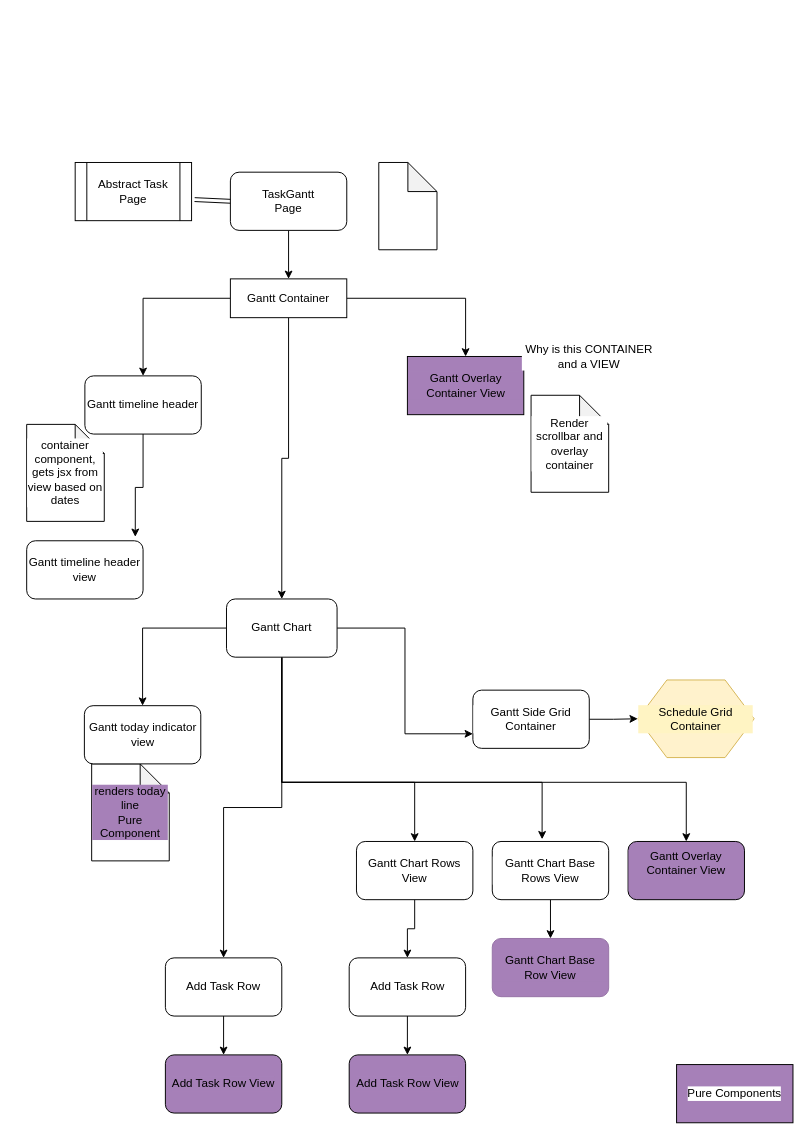
Xander667/Bot keeps this draw.io diagram as Timeline.drawio. Above is the earlier version. Source tidied: cells renumbered, new cells numbered last; positions are measured from the earlier drawing's top-left corner, leaving out a move shared by most shapes. Both pictures are drawn from the tidied source at 97%, with x=0, y=0 at pixel (26, 162).
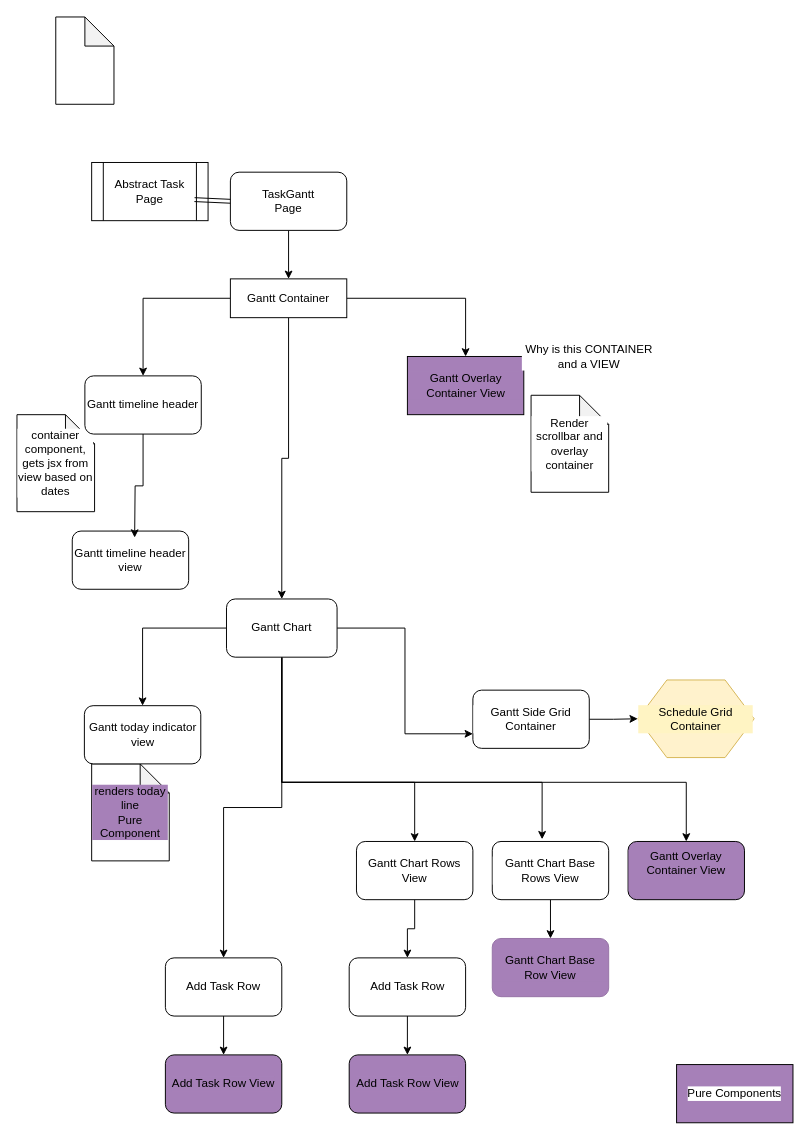
The same page after the edit.

Unchanged cells that the change refers to:
```xml
<mxCell id="4" value="TaskGantt &lt;br&gt;Page" style="rounded=1;whiteSpace=wrap;html=1;" parent="1" vertex="1">
  <mxGeometry x="210" y="10" width="120" height="60" as="geometry" />
</mxCell>
<mxCell id="10" value="Gantt timeline header&lt;br&gt;" style="rounded=1;whiteSpace=wrap;html=1;labelBackgroundColor=#FFFFFF;" parent="1" vertex="1">
  <mxGeometry x="60" y="220" width="120" height="60" as="geometry" />
</mxCell>
```

What changed in the source:
```diff
@@
     <mxCell id="5" value="Gantt timeline header view&lt;br&gt;" style="rounded=1;whiteSpace=wrap;html=1;" parent="1" vertex="1">
-      <mxGeometry y="390" width="120" height="60" as="geometry" />
+      <mxGeometry x="47" y="380" width="120" height="60" as="geometry" />
     </mxCell>
     <mxCell id="6" value="Abstract Task Page" style="shape=process;whiteSpace=wrap;html=1;backgroundOutline=1;" parent="1" vertex="1">
-      <mxGeometry x="50" width="120" height="60" as="geometry" />
+      <mxGeometry x="67" width="120" height="60" as="geometry" />
     </mxCell>
-    <mxCell id="7" style="shape=link;html=1;exitX=1.026;exitY=0.638;exitDx=0;exitDy=0;exitPerimeter=0;entryX=0;entryY=0.5;entryDx=0;entryDy=0;" parent="1" edge="1" source="6" target="4">
-      <mxGeometry relative="1" as="geometry" />
+    <mxCell id="7" style="shape=link;html=1;exitX=1.026;exitY=0.638;exitDx=0;exitDy=0;exitPerimeter=0;entryX=0;entryY=0.5;entryDx=0;entryDy=0;" parent="1" edge="1" target="4">
+      <mxGeometry relative="1" as="geometry">
+        <mxPoint x="173" y="38.3" as="sourcePoint" />
+      </mxGeometry>
     </mxCell>
     <mxCell id="8" value="container component, gets jsx from view based on dates" style="shape=note;whiteSpace=wrap;html=1;backgroundOutline=1;darkOpacity=0.05;labelBackgroundColor=#FFFFFF;" parent="1" vertex="1">
-      <mxGeometry y="270" width="80" height="100" as="geometry" />
+      <mxGeometry x="-10" y="260" width="80" height="100" as="geometry" />
     </mxCell>
-    <mxCell id="9" style="edgeStyle=orthogonalEdgeStyle;rounded=0;jettySize=auto;html=1;entryX=0.933;entryY=-0.068;entryDx=0;entryDy=0;entryPerimeter=0;" parent="1" edge="1" source="10" target="5">
-      <mxGeometry relative="1" as="geometry" />
+    <mxCell id="9" style="edgeStyle=orthogonalEdgeStyle;rounded=0;jettySize=auto;html=1;entryX=0.933;entryY=-0.068;entryDx=0;entryDy=0;entryPerimeter=0;" parent="1" edge="1" source="10">
+      <mxGeometry relative="1" as="geometry">
+        <mxPoint x="111.3" y="386.7" as="targetPoint" />
+      </mxGeometry>
     </mxCell>
@@
     <mxCell id="12" style="shape=note;whiteSpace=wrap;html=1;backgroundOutline=1;darkOpacity=0.05;labelBackgroundColor=#FFFFFF;" parent="1" vertex="1">
-      <mxGeometry x="363" width="60" height="90" as="geometry" />
+      <mxGeometry x="30" y="-150" width="60" height="90" as="geometry" />
     </mxCell>
```
